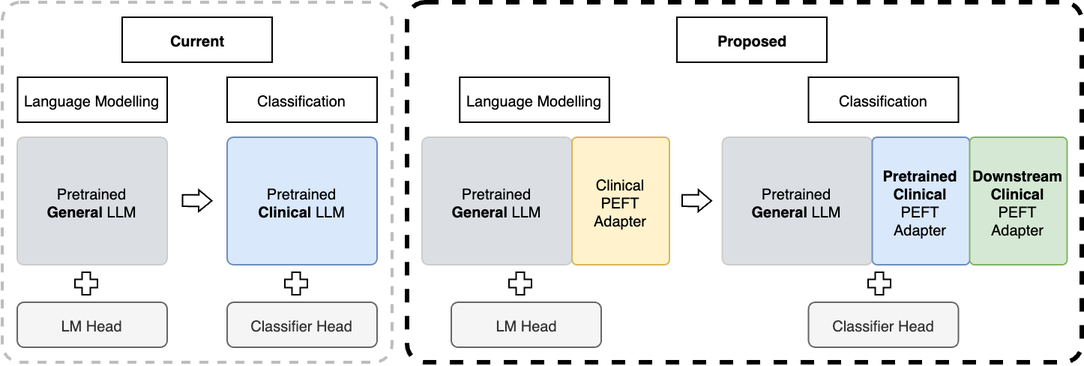
aryopg/clinical_peft keeps this draw.io diagram as docs/assets/peft.png. Above is the earlier version. Source tidied: cells renumbered, new cells last; positions are measured from the earlier drawing's top-left corner, leaving out a move shared by most shapes.
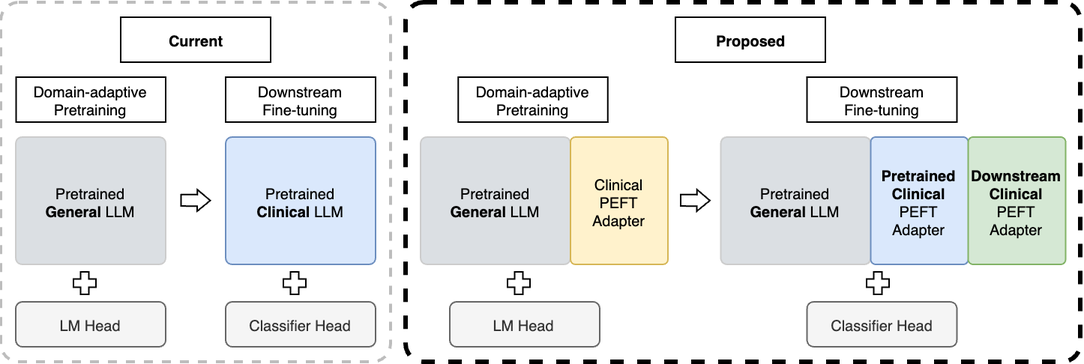
After the change.

Diff of the diagram source:
```diff
@@ -1,4 +1,4 @@
-<mxGraphModel>
+<mxGraphModel math="1">
   <root>
     <mxCell id="0" />
     <mxCell id="1" parent="0" />
@@ -8,7 +8,7 @@
     <mxCell id="3" value="Pretrained&lt;br style=&quot;font-size: 10px;&quot;&gt;&lt;b&gt;General&lt;/b&gt; LLM" style="rounded=1;whiteSpace=wrap;html=1;fillColor=#DBDFE3;strokeColor=#CCCCCC;fontSize=10;arcSize=5;gradientColor=none;" parent="1" vertex="1">
       <mxGeometry x="10" y="90" width="100" height="85" as="geometry" />
     </mxCell>
-    <mxCell id="4" value="Language Modelling" style="text;html=1;strokeColor=default;fillColor=none;align=center;verticalAlign=middle;whiteSpace=wrap;rounded=0;fontSize=10;" parent="1" vertex="1">
+    <mxCell id="4" value="Domain-adaptive Pretraining" style="text;html=1;strokeColor=default;fillColor=none;align=center;verticalAlign=middle;whiteSpace=wrap;rounded=0;fontSize=10;" parent="1" vertex="1">
       <mxGeometry x="10.2" y="50" width="99.8" height="30" as="geometry" />
     </mxCell>
     <mxCell id="5" value="LM Head" style="rounded=1;whiteSpace=wrap;html=1;fillColor=#f5f5f5;fontColor=#333333;strokeColor=#666666;fontSize=10;" parent="1" vertex="1">
@@ -26,7 +26,7 @@
     <mxCell id="9" style="shape=cross;whiteSpace=wrap;html=1;size=0.36296296296296765;fontSize=10;" parent="1" vertex="1">
       <mxGeometry x="188.5" y="180" width="15" height="15" as="geometry" />
     </mxCell>
-    <mxCell id="10" value="Classification" style="text;html=1;strokeColor=default;fillColor=none;align=center;verticalAlign=middle;whiteSpace=wrap;rounded=0;fontSize=10;" parent="1" vertex="1">
+    <mxCell id="10" value="Downstream&lt;br&gt;Fine-tuning" style="text;html=1;strokeColor=default;fillColor=none;align=center;verticalAlign=middle;whiteSpace=wrap;rounded=0;fontSize=10;" parent="1" vertex="1">
       <mxGeometry x="150" y="50" width="100" height="30" as="geometry" />
     </mxCell>
     <mxCell id="11" style="shape=flexArrow;endArrow=classic;html=1;rounded=0;width=7.6923076923076925;endSize=2.5564102564102567;fontSize=10;endWidth=5.719921104536489;" parent="1" edge="1">
@@ -50,7 +50,7 @@
     <mxCell id="15" value="&lt;font style=&quot;font-size: 10px;&quot;&gt;Proposed&lt;br style=&quot;font-size: 10px;&quot;&gt;&lt;/font&gt;" style="text;strokeColor=default;fillColor=none;html=1;fontSize=10;fontStyle=1;verticalAlign=middle;align=center;" parent="1" vertex="1">
       <mxGeometry x="450" y="10" width="100" height="30" as="geometry" />
     </mxCell>
-    <mxCell id="16" value="Language Modelling" style="text;html=1;strokeColor=default;fillColor=none;align=center;verticalAlign=middle;whiteSpace=wrap;rounded=0;fontSize=10;" parent="1" vertex="1">
+    <mxCell id="16" value="Domain-adaptive Pretraining" style="text;html=1;strokeColor=default;fillColor=none;align=center;verticalAlign=middle;whiteSpace=wrap;rounded=0;fontSize=10;" parent="1" vertex="1">
       <mxGeometry x="305.1" y="50" width="99.8" height="30" as="geometry" />
     </mxCell>
     <mxCell id="17" value="LM Head" style="rounded=1;whiteSpace=wrap;html=1;fillColor=#f5f5f5;fontColor=#333333;strokeColor=#666666;fontSize=10;" parent="1" vertex="1">
@@ -74,7 +74,7 @@
     <mxCell id="23" style="shape=cross;whiteSpace=wrap;html=1;size=0.36296296296296765;fontSize=10;" parent="1" vertex="1">
       <mxGeometry x="577.5" y="180" width="15" height="15" as="geometry" />
     </mxCell>
-    <mxCell id="24" value="Classification" style="text;html=1;strokeColor=default;fillColor=none;align=center;verticalAlign=middle;whiteSpace=wrap;rounded=0;fontSize=10;" parent="1" vertex="1">
+    <mxCell id="24" value="Downstream&lt;br style=&quot;border-color: var(--border-color);&quot;&gt;Fine-tuning" style="text;html=1;strokeColor=default;fillColor=none;align=center;verticalAlign=middle;whiteSpace=wrap;rounded=0;fontSize=10;" parent="1" vertex="1">
       <mxGeometry x="537.8" y="50" width="100" height="30" as="geometry" />
     </mxCell>
     <mxCell id="25" value="&lt;b&gt;Pretrained&lt;br&gt;Clinical&lt;/b&gt;&lt;br style=&quot;font-size: 10px;&quot;&gt;PEFT&lt;br&gt;Adapter" style="rounded=1;whiteSpace=wrap;html=1;fillColor=#dae8fc;strokeColor=#6c8ebf;fontSize=10;arcSize=5;" parent="1" vertex="1">
```
